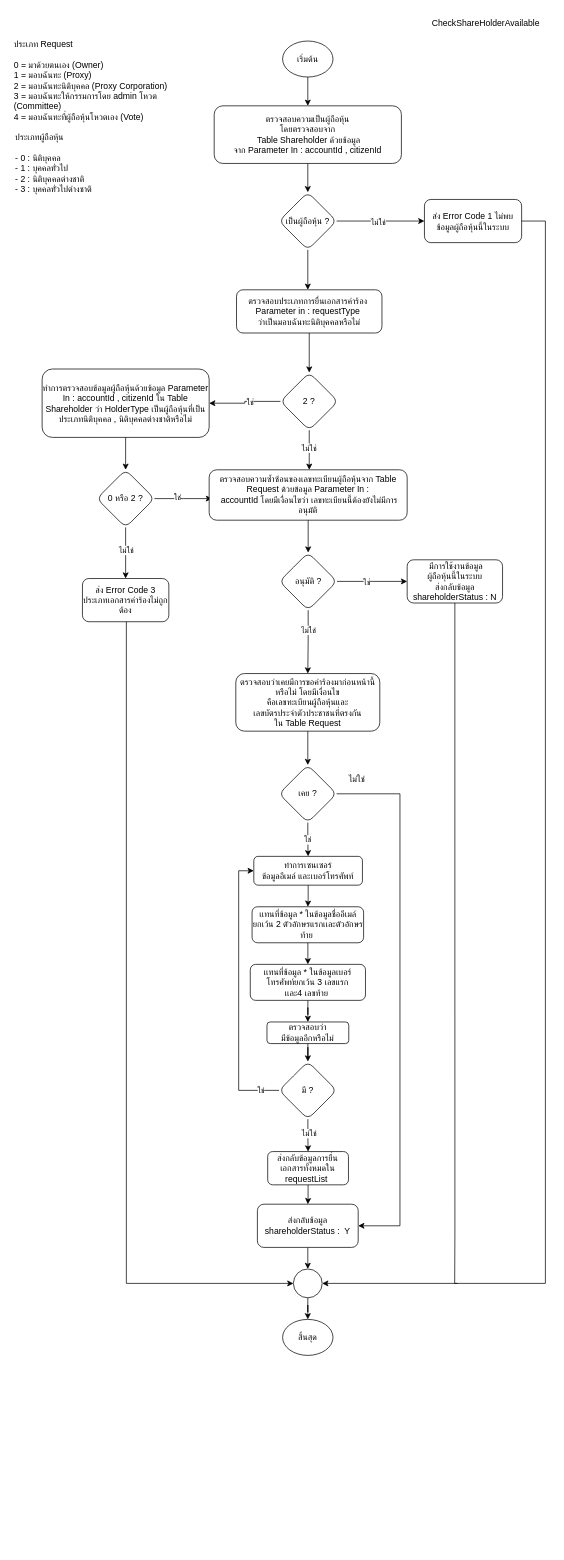
This is checkShareHolderAvailable.drawio from charifrodmanee/charifrodmanee, a draw.io file, before an edit. Source tidied: cells renumbered, new cells numbered last; positions are measured from the earlier drawing's top-left corner, leaving out a move shared by most shapes. Both pictures are drawn from the tidied source at 72%, with x=0, y=0 at pixel (12, 12).
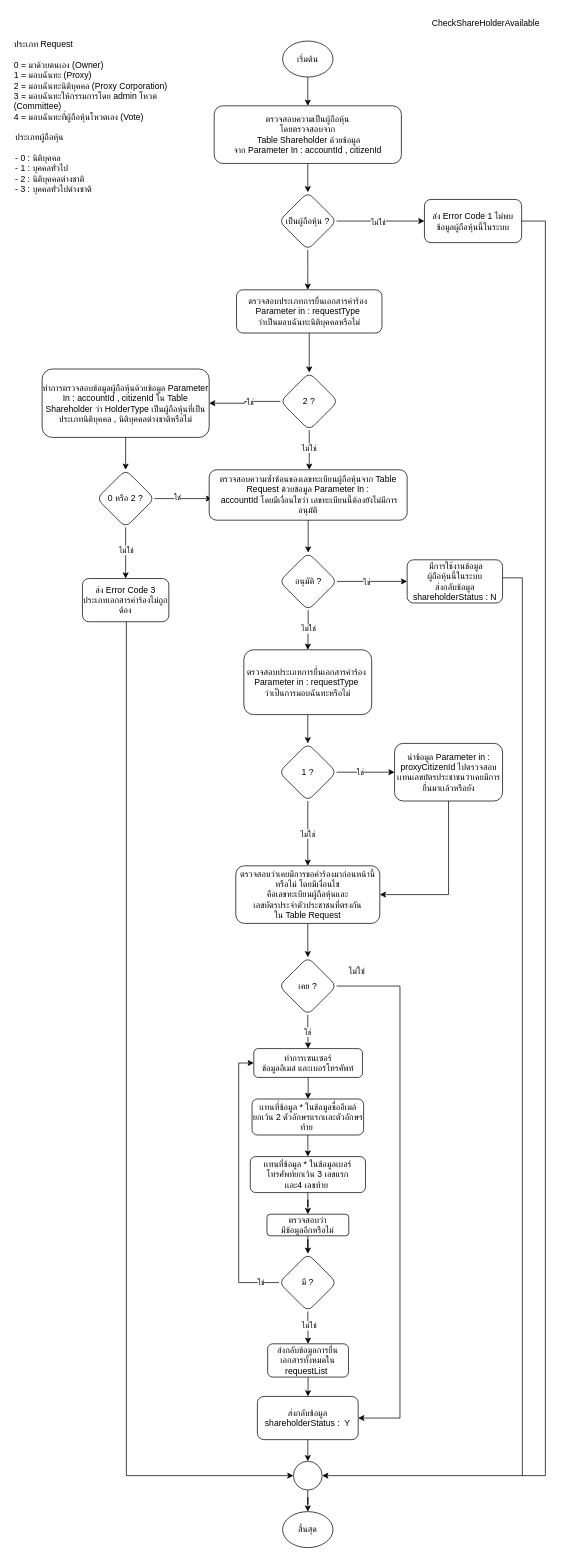
After the change.

Unchanged cells that the change refers to:
```xml
<mxCell id="10" value="ส่ง Error Code 1 ไม่พบข้อมูลผู้ถือหุ้นนี้ในระบบ" style="whiteSpace=wrap;html=1;rounded=1;" parent="1" vertex="1">
  <mxGeometry x="572" y="260.5" width="135" height="60" as="geometry" />
</mxCell>
<mxCell id="24" value="ส่ง Error Code 3 ประเภทเอกสารคำร้องไม่ถูกต้อง" style="whiteSpace=wrap;html=1;rounded=1;" parent="1" vertex="1">
  <mxGeometry x="97" y="787" width="120" height="60" as="geometry" />
</mxCell>
<mxCell id="44" value="อนุมัติ ?" style="rhombus;whiteSpace=wrap;html=1;rounded=1;" parent="1" vertex="1">
  <mxGeometry x="370.5" y="751" width="80" height="80" as="geometry" />
</mxCell>
<mxCell id="48" value="&amp;nbsp;มีการใช้งานข้อมูล&lt;br&gt;ผู้ถือหุ้นนี้ในระบบ&lt;br&gt;ส่งกลับข้อมูล&lt;br&gt;shareholderStatus : N" style="whiteSpace=wrap;html=1;rounded=1;" parent="1" vertex="1">
  <mxGeometry x="548" y="761" width="132.5" height="60" as="geometry" />
</mxCell>
```

Change to the diagram source:
```diff
@@
     <mxCell id="16" style="edgeStyle=orthogonalEdgeStyle;rounded=0;jettySize=auto;html=1;entryX=1;entryY=0.5;entryDx=0;entryDy=0;" parent="1" edge="1" source="10" target="31">
       <mxGeometry relative="1" as="geometry">
         <Array as="points">
           <mxPoint x="740" y="291" />
-          <mxPoint x="740" y="1766" />
+          <mxPoint x="740" y="2033" />
         </Array>
       </mxGeometry>
     </mxCell>
-    <mxCell id="17" style="edgeStyle=orthogonalEdgeStyle;rounded=0;jettySize=auto;html=1;endArrow=none;endFill=0;exitX=0.5;exitY=1;exitDx=0;exitDy=0;" parent="1" edge="1" source="48">
+    <mxCell id="17" style="edgeStyle=orthogonalEdgeStyle;rounded=0;jettySize=auto;html=1;endArrow=none;endFill=0;" parent="1" edge="1" source="48">
       <mxGeometry relative="1" as="geometry">
-        <mxPoint x="618" y="1766" as="targetPoint" />
+        <mxPoint x="708" y="2033" as="targetPoint" />
         <Array as="points">
-          <mxPoint x="614" y="1696" />
-          <mxPoint x="614" y="1766" />
+          <mxPoint x="708" y="786" />
         </Array>
       </mxGeometry>
     </mxCell>
@@
-    <mxCell id="31" style="ellipse;whiteSpace=wrap;html=1;rounded=1;" parent="1" vertex="1">
-      <mxGeometry x="390" y="1746" width="40" height="40" as="geometry" />
-    </mxCell>
-    <mxCell id="32" value="สิ้นสุด" style="ellipse;whiteSpace=wrap;html=1;" parent="1" vertex="1">
-      <mxGeometry x="375" y="1816" width="70" height="50" as="geometry" />
-    </mxCell>
     <mxCell id="33" style="edgeStyle=orthogonalEdgeStyle;rounded=0;jettySize=auto;html=1;entryX=0;entryY=0.5;entryDx=0;entryDy=0;" parent="1" edge="1" source="24" target="31">
       <mxGeometry relative="1" as="geometry">
         <Array as="points">
-          <mxPoint x="158" y="1766" />
+          <mxPoint x="158" y="2033" />
         </Array>
       </mxGeometry>
     </mxCell>
-    <mxCell id="34" style="edgeStyle=orthogonalEdgeStyle;rounded=0;jettySize=auto;html=1;endArrow=classic;endFill=1;" parent="1" edge="1" source="31" target="32">
-      <mxGeometry relative="1" as="geometry" />
-    </mxCell>
-    <mxCell id="35" value="ตรวจสอบว่าเคยมีการขอคำร้องมาก่อนหน้านี้หรือไม่ โดยมีเงื่อนไข&lt;br&gt;คือเลขทะเบียนผู้ถือหุ้นและ&lt;br&gt;เลขบัตรประจำตัวประชาชนที่ตรงกัน&lt;br&gt;ใน Table Request" style="whiteSpace=wrap;html=1;rounded=1;" parent="1" vertex="1">
-      <mxGeometry x="310" y="919" width="200" height="80" as="geometry" />
-    </mxCell>
-    <mxCell id="36" style="edgeStyle=orthogonalEdgeStyle;rounded=0;jettySize=auto;html=1;endArrow=classic;endFill=1;entryX=0.5;entryY=0;entryDx=0;entryDy=0;" parent="1" edge="1" source="39" target="52">
-      <mxGeometry relative="1" as="geometry" />
-    </mxCell>
-    <mxCell id="37" value="ใช่" style="edgeLabel;html=1;align=center;verticalAlign=middle;" parent="36" vertex="1">
-      <mxGeometry x="-0.05" y="-1" relative="1" as="geometry" />
-    </mxCell>
-    <mxCell id="38" style="edgeStyle=orthogonalEdgeStyle;rounded=0;jettySize=auto;html=1;entryX=1;entryY=0.5;entryDx=0;entryDy=0;endArrow=classic;endFill=1;" parent="1" edge="1" source="39" target="50">
-      <mxGeometry relative="1" as="geometry">
-        <Array as="points">
-          <mxPoint x="538" y="1086" />
-          <mxPoint x="538" y="1686" />
-        </Array>
-      </mxGeometry>
-    </mxCell>
-    <mxCell id="39" value="เคย ?" style="rhombus;whiteSpace=wrap;html=1;rounded=1;" parent="1" vertex="1">
-      <mxGeometry x="370" y="1046" width="80" height="80" as="geometry" />
-    </mxCell>
-    <mxCell id="40" style="edgeStyle=orthogonalEdgeStyle;rounded=0;jettySize=auto;html=1;" parent="1" edge="1" source="35" target="39">
-      <mxGeometry relative="1" as="geometry" />
-    </mxCell>
@@
+    <mxCell id="68" style="edgeStyle=orthogonalEdgeStyle;rounded=0;jettySize=auto;html=1;endArrow=classic;endFill=1;" parent="1" edge="1" source="44" target="72">
+      <mxGeometry relative="1" as="geometry" />
+    </mxCell>
+    <mxCell id="69" value="ไม่ใช่" style="edgeLabel;html=1;align=center;verticalAlign=middle;" parent="68" vertex="1">
+      <mxGeometry x="-0.1" relative="1" as="geometry" />
+    </mxCell>
@@
-    <mxCell id="46" style="edgeStyle=orthogonalEdgeStyle;rounded=0;jettySize=auto;html=1;" parent="1" edge="1" source="44" target="35">
-      <mxGeometry relative="1" as="geometry" />
-    </mxCell>
-    <mxCell id="47" value="ไม่ใช่" style="edgeLabel;html=1;align=center;verticalAlign=middle;" parent="46" vertex="1">
-      <mxGeometry x="-0.46" y="-1" relative="1" as="geometry">
-        <mxPoint x="1" y="3" as="offset" />
-      </mxGeometry>
-    </mxCell>
@@
+    <mxCell id="67" value="CheckShareHolderAvailable" style="text;html=1;align=center;verticalAlign=middle;strokeColor=none;fillColor=none;" parent="1" vertex="1">
+      <mxGeometry x="572" y="0.5" width="170" height="30" as="geometry" />
+    </mxCell>
+    <mxCell id="70" style="group;" parent="1" vertex="1">
+      <mxGeometry x="310" y="1186" width="228" height="947" as="geometry" />
+    </mxCell>
+    <mxCell id="31" style="ellipse;whiteSpace=wrap;html=1;rounded=1;" parent="70" vertex="1">
+      <mxGeometry x="80" y="827" width="40" height="40" as="geometry" />
+    </mxCell>
+    <mxCell id="32" value="สิ้นสุด" style="ellipse;whiteSpace=wrap;html=1;" parent="70" vertex="1">
+      <mxGeometry x="65" y="897" width="70" height="50" as="geometry" />
+    </mxCell>
+    <mxCell id="34" style="edgeStyle=orthogonalEdgeStyle;rounded=0;jettySize=auto;html=1;endArrow=classic;endFill=1;" parent="70" edge="1" source="31" target="32">
+      <mxGeometry relative="1" as="geometry" />
+    </mxCell>
+    <mxCell id="35" value="ตรวจสอบว่าเคยมีการขอคำร้องมาก่อนหน้านี้หรือไม่ โดยมีเงื่อนไข&lt;br&gt;คือเลขทะเบียนผู้ถือหุ้นและ&lt;br&gt;เลขบัตรประจำตัวประชาชนที่ตรงกัน&lt;br&gt;ใน Table Request" style="whiteSpace=wrap;html=1;rounded=1;" parent="70" vertex="1">
+      <mxGeometry width="200" height="80" as="geometry" />
+    </mxCell>
+    <mxCell id="39" value="เคย ?" style="rhombus;whiteSpace=wrap;html=1;rounded=1;" parent="70" vertex="1">
+      <mxGeometry x="60" y="127" width="80" height="80" as="geometry" />
+    </mxCell>
+    <mxCell id="40" style="edgeStyle=orthogonalEdgeStyle;rounded=0;jettySize=auto;html=1;" parent="70" edge="1" source="35" target="39">
+      <mxGeometry relative="1" as="geometry" />
+    </mxCell>
-    <mxCell id="49" style="edgeStyle=orthogonalEdgeStyle;rounded=0;jettySize=auto;html=1;endArrow=classic;endFill=1;" parent="1" edge="1" source="50">
+    <mxCell id="49" style="edgeStyle=orthogonalEdgeStyle;rounded=0;jettySize=auto;html=1;endArrow=classic;endFill=1;" parent="70" edge="1" source="50">
       <mxGeometry relative="1" as="geometry">
-        <mxPoint x="410" y="1746" as="targetPoint" />
+        <mxPoint x="100" y="827" as="targetPoint" />
       </mxGeometry>
     </mxCell>
-    <mxCell id="50" value="ส่งกลับข้อมูล&lt;br&gt;shareholderStatus :&amp;nbsp; Y" style="whiteSpace=wrap;html=1;rounded=1;" parent="1" vertex="1">
-      <mxGeometry x="340" y="1656" width="140" height="60" as="geometry" />
+    <mxCell id="50" value="ส่งกลับข้อมูล&lt;br&gt;shareholderStatus :&amp;nbsp; Y" style="whiteSpace=wrap;html=1;rounded=1;" parent="70" vertex="1">
+      <mxGeometry x="30" y="737" width="140" height="60" as="geometry" />
     </mxCell>
+    <mxCell id="38" style="edgeStyle=orthogonalEdgeStyle;rounded=0;jettySize=auto;html=1;entryX=1;entryY=0.5;entryDx=0;entryDy=0;endArrow=classic;endFill=1;" parent="70" edge="1" source="39" target="50">
+      <mxGeometry relative="1" as="geometry">
+        <Array as="points">
+          <mxPoint x="228" y="167" />
+          <mxPoint x="228" y="767" />
+        </Array>
+      </mxGeometry>
+    </mxCell>
-    <mxCell id="51" style="edgeStyle=orthogonalEdgeStyle;rounded=0;jettySize=auto;html=1;entryX=0.5;entryY=0;entryDx=0;entryDy=0;endArrow=classic;endFill=1;" parent="1" edge="1" source="55" target="50">
+    <mxCell id="51" style="edgeStyle=orthogonalEdgeStyle;rounded=0;jettySize=auto;html=1;entryX=0.5;entryY=0;entryDx=0;entryDy=0;endArrow=classic;endFill=1;" parent="70" edge="1" source="55" target="50">
       <mxGeometry relative="1" as="geometry" />
     </mxCell>
-    <mxCell id="52" value="ทำการเซนเซอร์&lt;br&gt;ข้อมูลอีเมล์ และเบอร์โทรศัพท์" style="whiteSpace=wrap;html=1;rounded=1;" parent="1" vertex="1">
-      <mxGeometry x="335" y="1172.9" width="150.9" height="40" as="geometry" />
+    <mxCell id="52" value="ทำการเซนเซอร์&lt;br&gt;ข้อมูลอีเมล์ และเบอร์โทรศัพท์" style="whiteSpace=wrap;html=1;rounded=1;" parent="70" vertex="1">
+      <mxGeometry x="25" y="253.9" width="150.9" height="40" as="geometry" />
     </mxCell>
-    <mxCell id="53" style="edgeStyle=orthogonalEdgeStyle;rounded=0;jettySize=auto;html=1;entryX=0;entryY=0.5;entryDx=0;entryDy=0;" parent="1" edge="1" source="59" target="52">
+    <mxCell id="53" style="edgeStyle=orthogonalEdgeStyle;rounded=0;jettySize=auto;html=1;entryX=0;entryY=0.5;entryDx=0;entryDy=0;" parent="70" edge="1" source="59" target="52">
       <mxGeometry relative="1" as="geometry">
         <Array as="points">
-          <mxPoint x="314" y="1497.9" />
-          <mxPoint x="314" y="1192.9" />
+          <mxPoint x="4" y="578.9" />
+          <mxPoint x="4" y="273.9" />
         </Array>
       </mxGeometry>
     </mxCell>
@@
-    <mxCell id="55" value="ส่งกลับข้อมูลการยื่นเอกสารทั้งหมดใน requestList&amp;nbsp;" style="whiteSpace=wrap;html=1;rounded=1;" parent="1" vertex="1">
-      <mxGeometry x="354.3" y="1582.9" width="112.2" height="46.2" as="geometry" />
+    <mxCell id="55" value="ส่งกลับข้อมูลการยื่นเอกสารทั้งหมดใน requestList&amp;nbsp;" style="whiteSpace=wrap;html=1;rounded=1;" parent="70" vertex="1">
+      <mxGeometry x="44.3" y="663.9" width="112.2" height="46.2" as="geometry" />
     </mxCell>
-    <mxCell id="56" value="ตรวจสอบว่า&lt;br&gt;มีข้อมูลอีกหรือไม่" style="whiteSpace=wrap;html=1;rounded=1;" parent="1" vertex="1">
-      <mxGeometry x="353.3" y="1402.9" width="113.6" height="30" as="geometry" />
+    <mxCell id="56" value="ตรวจสอบว่า&lt;br&gt;มีข้อมูลอีกหรือไม่" style="whiteSpace=wrap;html=1;rounded=1;" parent="70" vertex="1">
+      <mxGeometry x="43.3" y="483.9" width="113.6" height="30" as="geometry" />
     </mxCell>
-    <mxCell id="57" style="edgeStyle=orthogonalEdgeStyle;rounded=0;jettySize=auto;html=1;" parent="1" edge="1" source="59" target="55">
+    <mxCell id="57" style="edgeStyle=orthogonalEdgeStyle;rounded=0;jettySize=auto;html=1;" parent="70" edge="1" source="59" target="55">
       <mxGeometry relative="1" as="geometry" />
     </mxCell>
@@
-    <mxCell id="59" value="มี ?" style="rhombus;whiteSpace=wrap;html=1;rounded=1;" parent="1" vertex="1">
-      <mxGeometry x="370.1" y="1457.9" width="80" height="80" as="geometry" />
+    <mxCell id="59" value="มี ?" style="rhombus;whiteSpace=wrap;html=1;rounded=1;" parent="70" vertex="1">
+      <mxGeometry x="60.1" y="538.9" width="80" height="80" as="geometry" />
     </mxCell>
-    <mxCell id="60" style="edgeStyle=orthogonalEdgeStyle;rounded=0;jettySize=auto;html=1;" parent="1" edge="1" source="56" target="59">
+    <mxCell id="60" style="edgeStyle=orthogonalEdgeStyle;rounded=0;jettySize=auto;html=1;" parent="70" edge="1" source="56" target="59">
       <mxGeometry relative="1" as="geometry" />
     </mxCell>
-    <mxCell id="61" value="เเทนที่ข้อมูล * ในข้อมูลชื่ออีเมล์ยกเว้น 2 ตัวอักษรแรกเเละตัวอักษรท้าย&amp;nbsp;" style="whiteSpace=wrap;html=1;rounded=1;" parent="1" vertex="1">
-      <mxGeometry x="332.6" y="1242.9" width="154.9" height="50" as="geometry" />
+    <mxCell id="61" value="เเทนที่ข้อมูล * ในข้อมูลชื่ออีเมล์ยกเว้น 2 ตัวอักษรแรกเเละตัวอักษรท้าย&amp;nbsp;" style="whiteSpace=wrap;html=1;rounded=1;" parent="70" vertex="1">
+      <mxGeometry x="22.6" y="323.9" width="154.9" height="50" as="geometry" />
     </mxCell>
-    <mxCell id="62" style="edgeStyle=orthogonalEdgeStyle;rounded=0;jettySize=auto;html=1;" parent="1" edge="1" source="52" target="61">
+    <mxCell id="62" style="edgeStyle=orthogonalEdgeStyle;rounded=0;jettySize=auto;html=1;" parent="70" edge="1" source="52" target="61">
       <mxGeometry relative="1" as="geometry" />
     </mxCell>
-    <mxCell id="63" style="edgeStyle=orthogonalEdgeStyle;rounded=0;jettySize=auto;html=1;entryX=0.5;entryY=0;entryDx=0;entryDy=0;" parent="1" edge="1" source="64" target="56">
+    <mxCell id="63" style="edgeStyle=orthogonalEdgeStyle;rounded=0;jettySize=auto;html=1;entryX=0.5;entryY=0;entryDx=0;entryDy=0;" parent="70" edge="1" source="64" target="56">
       <mxGeometry relative="1" as="geometry" />
     </mxCell>
-    <mxCell id="64" value="เเทนที่ข้อมูล * ในข้อมูลเบอร์โทรศัพท์ยกเว้น 3&amp;nbsp;เลขแรก&lt;br&gt;เเละ4 เลขท้าย&amp;nbsp;" style="whiteSpace=wrap;html=1;rounded=1;" parent="1" vertex="1">
-      <mxGeometry x="330.1" y="1322.9" width="160" height="50" as="geometry" />
+    <mxCell id="64" value="เเทนที่ข้อมูล * ในข้อมูลเบอร์โทรศัพท์ยกเว้น 3&amp;nbsp;เลขแรก&lt;br&gt;เเละ4 เลขท้าย&amp;nbsp;" style="whiteSpace=wrap;html=1;rounded=1;" parent="70" vertex="1">
+      <mxGeometry x="20.1" y="403.9" width="160" height="50" as="geometry" />
     </mxCell>
-    <mxCell id="65" style="edgeStyle=orthogonalEdgeStyle;rounded=0;jettySize=auto;html=1;" parent="1" edge="1" source="61" target="64">
+    <mxCell id="65" style="edgeStyle=orthogonalEdgeStyle;rounded=0;jettySize=auto;html=1;" parent="70" edge="1" source="61" target="64">
       <mxGeometry relative="1" as="geometry" />
     </mxCell>
-    <mxCell id="66" value="ไม่ใช่" style="text;html=1;align=center;verticalAlign=middle;strokeColor=none;fillColor=none;" parent="1" vertex="1">
-      <mxGeometry x="453" y="1051" width="50" height="30" as="geometry" />
+    <mxCell id="66" value="ไม่ใช่" style="text;html=1;align=center;verticalAlign=middle;strokeColor=none;fillColor=none;" parent="70" vertex="1">
+      <mxGeometry x="143" y="132" width="50" height="30" as="geometry" />
     </mxCell>
-    <mxCell id="67" value="CheckShareHolderAvailable" style="text;html=1;align=center;verticalAlign=middle;strokeColor=none;fillColor=none;" parent="1" vertex="1">
-      <mxGeometry x="572" y="0.5" width="170" height="30" as="geometry" />
-    </mxCell>
+    <mxCell id="36" style="edgeStyle=orthogonalEdgeStyle;rounded=0;jettySize=auto;html=1;endArrow=classic;endFill=1;entryX=0.5;entryY=0;entryDx=0;entryDy=0;" parent="70" edge="1" source="39" target="52">
+      <mxGeometry relative="1" as="geometry" />
+    </mxCell>
+    <mxCell id="37" value="ใช่" style="edgeLabel;html=1;align=center;verticalAlign=middle;" parent="36" vertex="1">
+      <mxGeometry x="-0.05" y="-1" relative="1" as="geometry" />
+    </mxCell>
+    <mxCell id="71" style="edgeStyle=orthogonalEdgeStyle;rounded=0;jettySize=auto;html=1;endArrow=classic;endFill=1;" parent="1" edge="1" source="72" target="77">
+      <mxGeometry relative="1" as="geometry" />
+    </mxCell>
+    <mxCell id="72" value="ตรวจสอบประเภทการยื่นเอกสารคำร้อง&amp;nbsp;&lt;br&gt;Parameter in : requestType&amp;nbsp;&lt;br&gt;ว่าเป็นการมอบฉันทะหรือไม่" style="whiteSpace=wrap;html=1;rounded=1;" parent="1" vertex="1">
+      <mxGeometry x="321.2" y="886" width="177.5" height="90" as="geometry" />
+    </mxCell>
+    <mxCell id="73" style="edgeStyle=orthogonalEdgeStyle;rounded=0;jettySize=auto;html=1;endArrow=classic;endFill=1;" parent="1" edge="1" source="77" target="79">
+      <mxGeometry relative="1" as="geometry" />
+    </mxCell>
+    <mxCell id="74" value="ใช่" style="edgeLabel;html=1;align=center;verticalAlign=middle;" parent="73" vertex="1">
+      <mxGeometry x="-0.2" y="1" relative="1" as="geometry" />
+    </mxCell>
+    <mxCell id="75" style="edgeStyle=orthogonalEdgeStyle;rounded=0;jettySize=auto;html=1;endArrow=classic;endFill=1;" parent="1" edge="1" source="77" target="35">
+      <mxGeometry relative="1" as="geometry" />
+    </mxCell>
+    <mxCell id="76" value="ไม่ใช่" style="edgeLabel;html=1;align=center;verticalAlign=middle;" parent="75" vertex="1">
+      <mxGeometry x="-0.01" y="-1" relative="1" as="geometry" />
+    </mxCell>
+    <mxCell id="77" value="1 ?" style="rhombus;whiteSpace=wrap;html=1;rounded=1;" parent="1" vertex="1">
+      <mxGeometry x="370" y="1016" width="80" height="80" as="geometry" />
+    </mxCell>
+    <mxCell id="78" style="edgeStyle=orthogonalEdgeStyle;rounded=0;jettySize=auto;html=1;entryX=1;entryY=0.5;entryDx=0;entryDy=0;endArrow=classic;endFill=1;" parent="1" edge="1" source="79" target="35">
+      <mxGeometry relative="1" as="geometry">
+        <Array as="points">
+          <mxPoint x="605" y="1226" />
+        </Array>
+      </mxGeometry>
+    </mxCell>
+    <mxCell id="79" value="นำข้อมูล Parameter in : proxyCitizenId ไปตรวจสอบเเทนเลขบัตรประชาชนว่าเคยมีการยื่นมาเเล้วหรือยัง" style="whiteSpace=wrap;html=1;rounded=1;" parent="1" vertex="1">
+      <mxGeometry x="530.5" y="1016" width="150" height="80" as="geometry" />
+    </mxCell>
```
